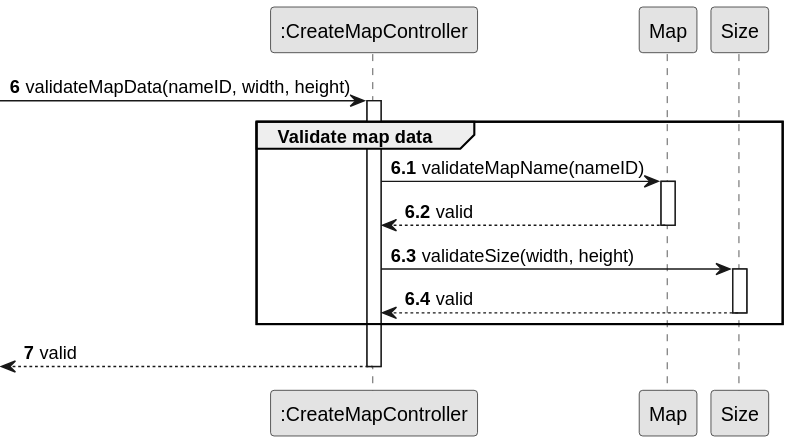
HenriqueSilva18/Railway-Network-Simulator keeps this PlantUML diagram as docs/system-documentation/Sprint 3/US01/03.design/svg/US01-SD-validate-map-data.svg. Above is the earlier version. Its diagram source:
```plantuml
@startuml
skinparam monochrome true
skinparam packageStyle rectangle
skinparam shadowing false

autonumber

participant ":CreateMapController" as CTRL
participant "Map" as MAP
participant "Size" as SIZE

autonumber 6
-> CTRL: validateMapData(nameID, width, height)
        activate CTRL
        autonumber 6.1
        group Validate map data
            CTRL -> MAP: validateMapName(nameID)
            activate MAP
                MAP --> CTRL: valid
            deactivate MAP

            CTRL -> SIZE: validateSize(width, height)
            activate SIZE
                SIZE --> CTRL: valid
            deactivate SIZE
        end
        autonumber 7
        <-- CTRL: valid
deactivate CTRL
@enduml
```
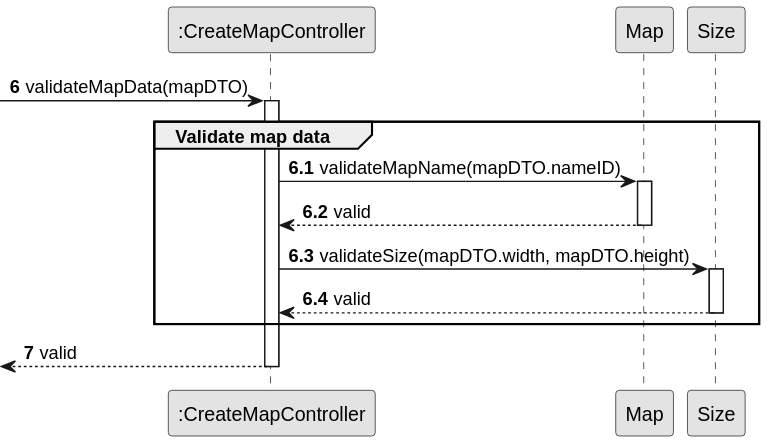
Later version of the same file.

What changed in the source:
```diff
@@ -10,16 +10,16 @@
 participant "Size" as SIZE
 
 autonumber 6
--> CTRL: validateMapData(nameID, width, height)
+-> CTRL: validateMapData(mapDTO)
         activate CTRL
         autonumber 6.1
         group Validate map data
-            CTRL -> MAP: validateMapName(nameID)
+            CTRL -> MAP: validateMapName(mapDTO.nameID)
             activate MAP
                 MAP --> CTRL: valid
             deactivate MAP
 
-            CTRL -> SIZE: validateSize(width, height)
+            CTRL -> SIZE: validateSize(mapDTO.width, mapDTO.height)
             activate SIZE
                 SIZE --> CTRL: valid
             deactivate SIZE
```
